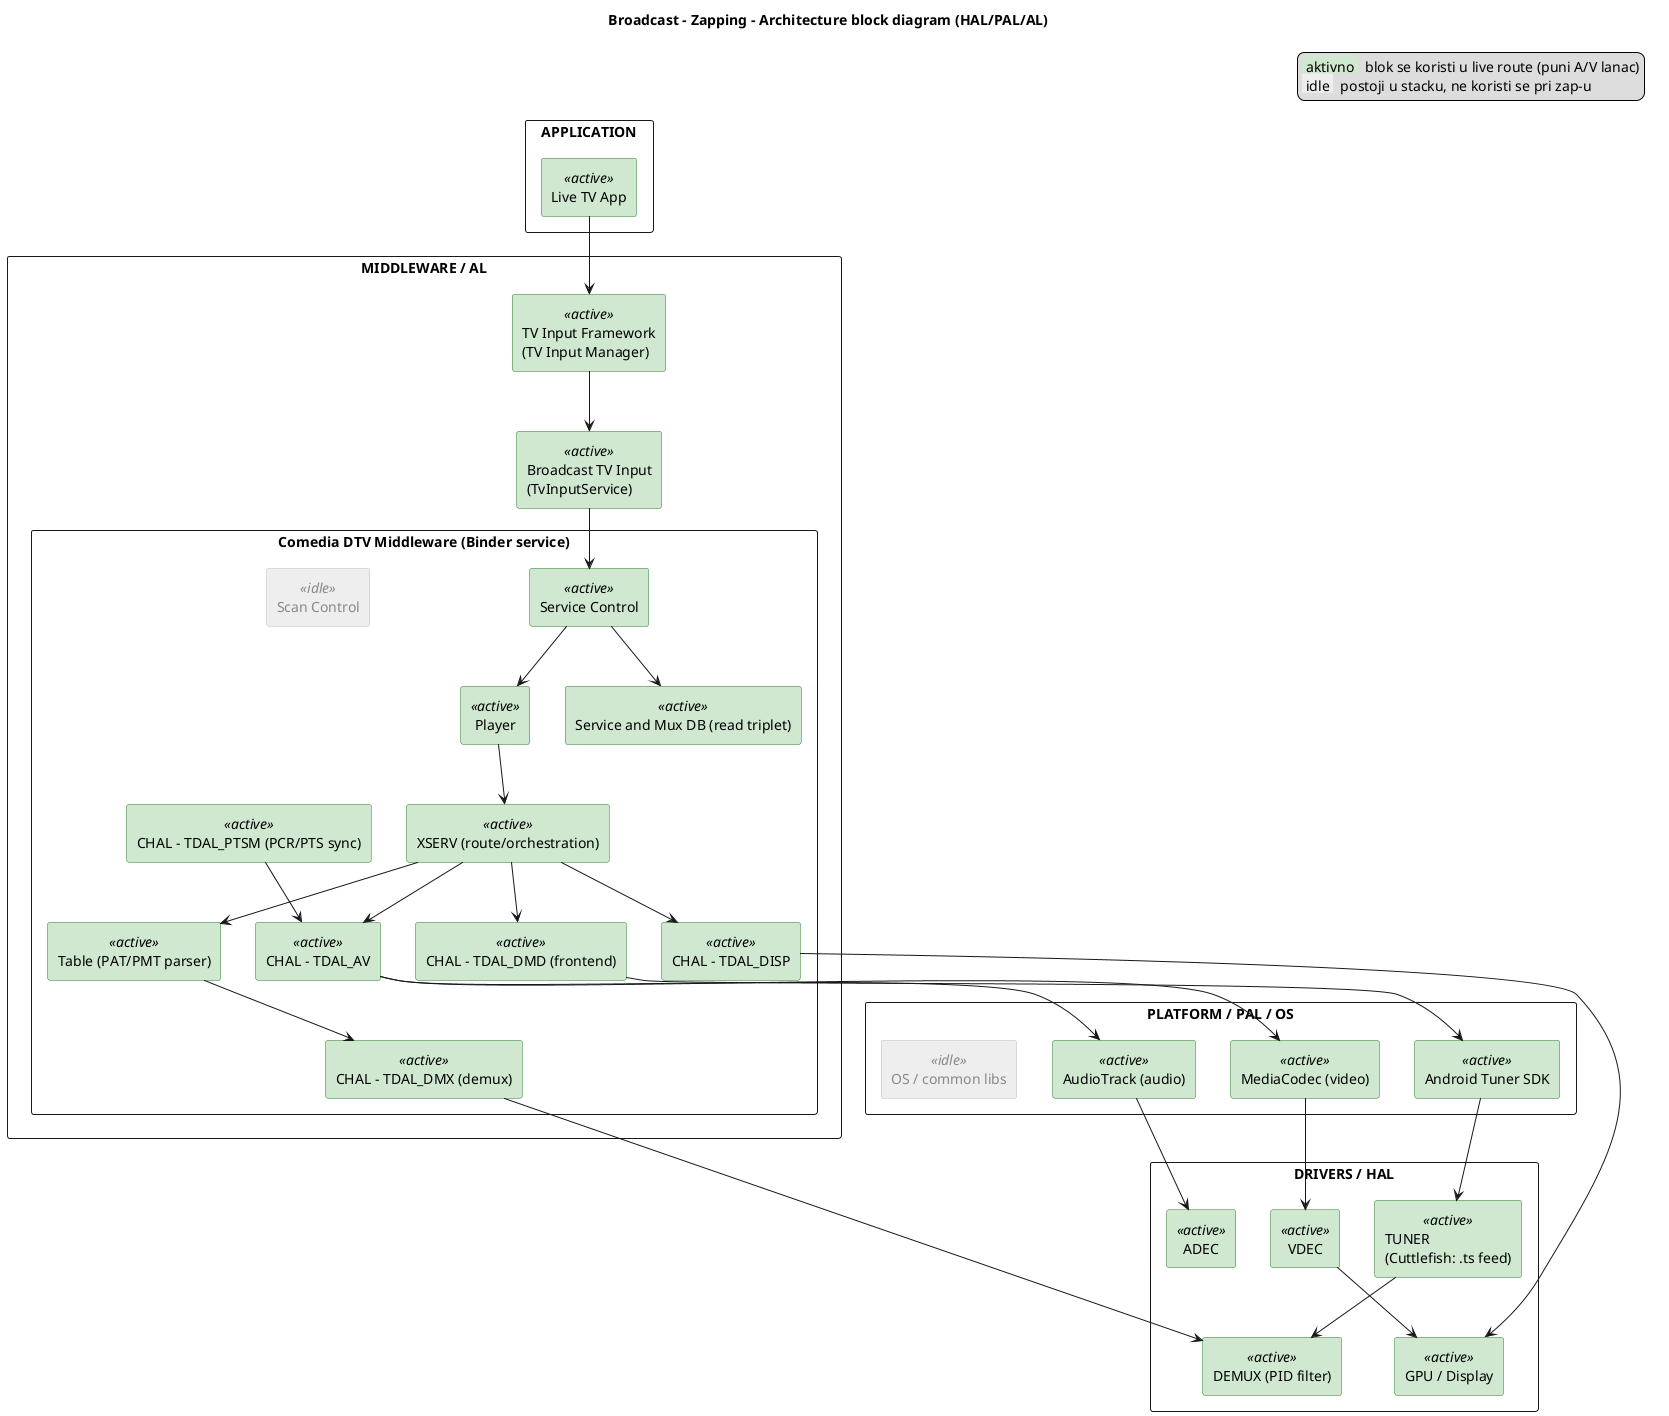
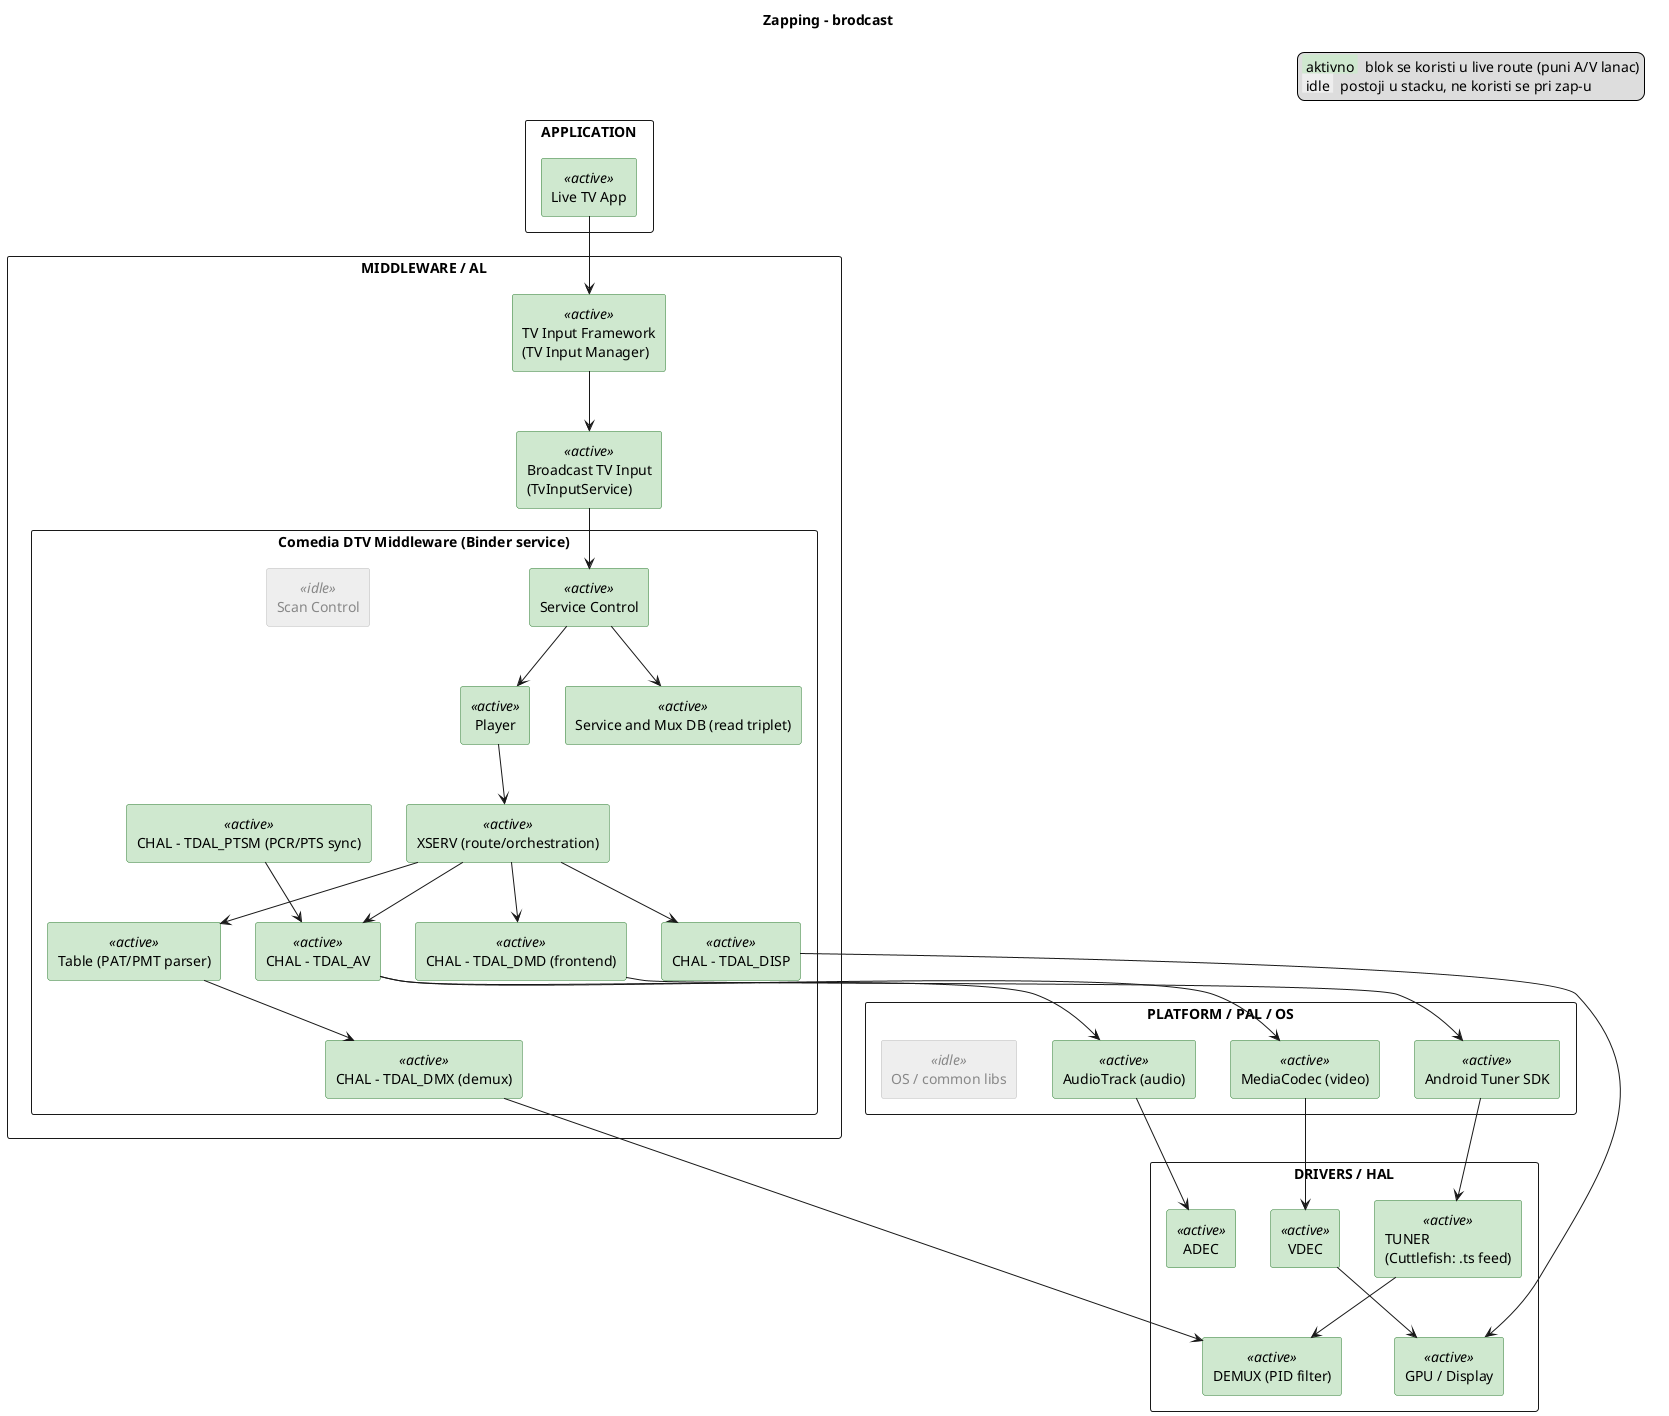
@startuml block_zapping
- title Broadcast - Zapping - Architecture block diagram (HAL/PAL/AL)
+ title Zapping - brodcast

skinparam shadowing false
skinparam rectangle {
  BackgroundColor<<active>> #CFE8CF
  BorderColor<<active>> #2E7D32
  BackgroundColor<<idle>> #EEEEEE
  BorderColor<<idle>> #BDBDBD
  FontColor<<idle>> #888888
}
legend top right
  <back:#CFE8CF> aktivno </back>  blok se koristi u live route (puni A/V lanac)
  <back:#EEEEEE> idle </back>  postoji u stacku, ne koristi se pri zap-u
endlegend

rectangle "APPLICATION" {
  rectangle "Live TV App" <<active>> as LiveTV
}

rectangle "MIDDLEWARE / AL" {
  rectangle "TV Input Framework\n(TV Input Manager)" <<active>> as TIF
  rectangle "Broadcast TV Input\n(TvInputService)" <<active>> as TIS
  rectangle "Comedia DTV Middleware (Binder service)" {
    rectangle "Service Control" <<active>> as SVC
    rectangle "Player" <<active>> as PLAYER
    rectangle "XSERV (route/orchestration)" <<active>> as XSERV
    rectangle "Table (PAT/PMT parser)" <<active>> as TABLE
    rectangle "Service and Mux DB (read triplet)" <<active>> as SDB
    rectangle "CHAL - TDAL_PTSM (PCR/PTS sync)" <<active>> as PTSM
    rectangle "Scan Control" <<idle>> as SCAN
    rectangle "CHAL - TDAL_DMD (frontend)" <<active>> as DMD
    rectangle "CHAL - TDAL_DMX (demux)" <<active>> as DMX
    rectangle "CHAL - TDAL_AV" <<active>> as CAV
    rectangle "CHAL - TDAL_DISP" <<active>> as CDISP
  }
}

rectangle "PLATFORM / PAL / OS" {
  rectangle "Android Tuner SDK" <<active>> as TUNERSDK
  rectangle "MediaCodec (video)" <<active>> as MC
  rectangle "AudioTrack (audio)" <<active>> as AT
  rectangle "OS / common libs" <<idle>> as OSLIB
}

rectangle "DRIVERS / HAL" {
  rectangle "TUNER\n(Cuttlefish: .ts feed)" <<active>> as TUNER
  rectangle "DEMUX (PID filter)" <<active>> as DEMUX
  rectangle "VDEC" <<active>> as VDEC
  rectangle "ADEC" <<active>> as ADEC
  rectangle "GPU / Display" <<active>> as GPU
}

LiveTV --> TIF
TIF --> TIS
TIS --> SVC
SVC --> SDB
SVC --> PLAYER
PLAYER --> XSERV
XSERV --> TABLE
TABLE --> DMX
XSERV --> DMD
DMD --> TUNERSDK
TUNERSDK --> TUNER
TUNER --> DEMUX
DMX --> DEMUX
XSERV --> CAV
CAV --> MC
MC --> VDEC
VDEC --> GPU
CAV --> AT
AT --> ADEC
XSERV --> CDISP
CDISP --> GPU
PTSM --> CAV
@enduml
